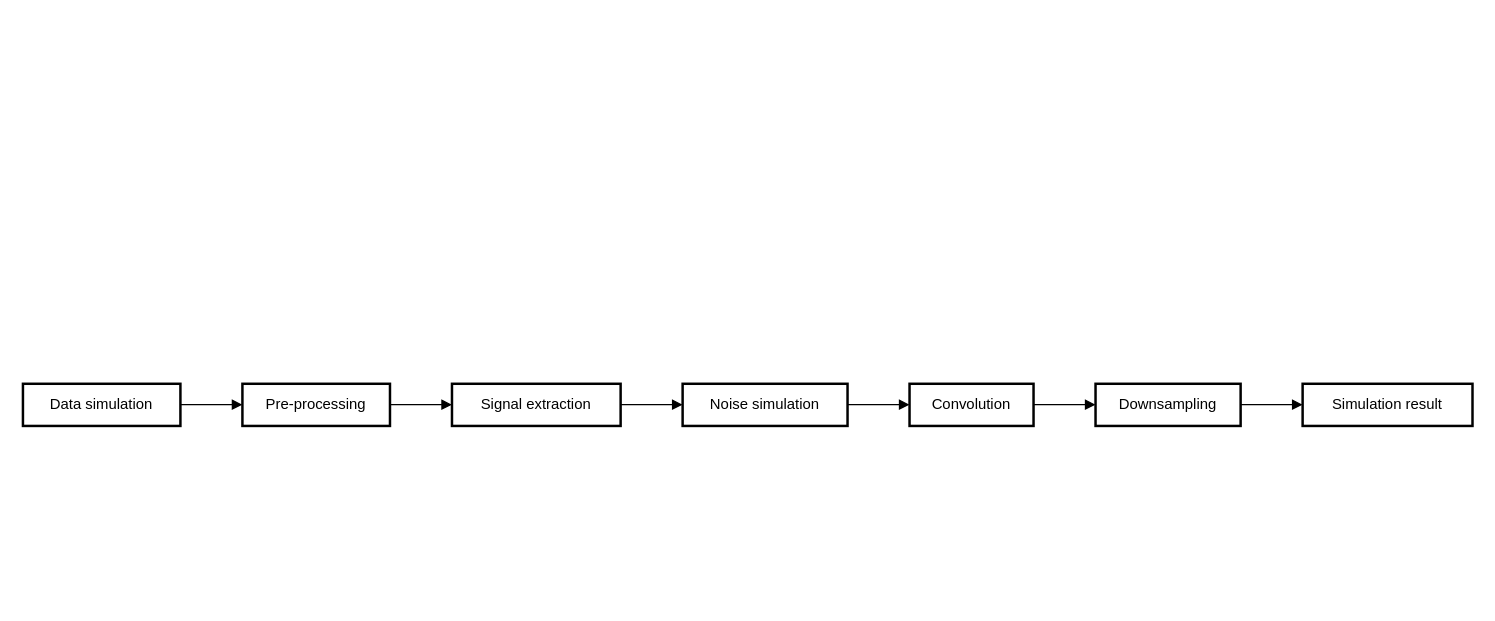
Above: Untitled Diagram.drawio in LauraMarras/Action101 (draw.io), before the change. Source tidied: cells renumbered, new cells numbered last; positions are measured from the earlier drawing's top-left corner, leaving out a move shared by most shapes. Both pictures are drawn from the tidied source at 124%, with x=0, y=0 at pixel (22, 383).
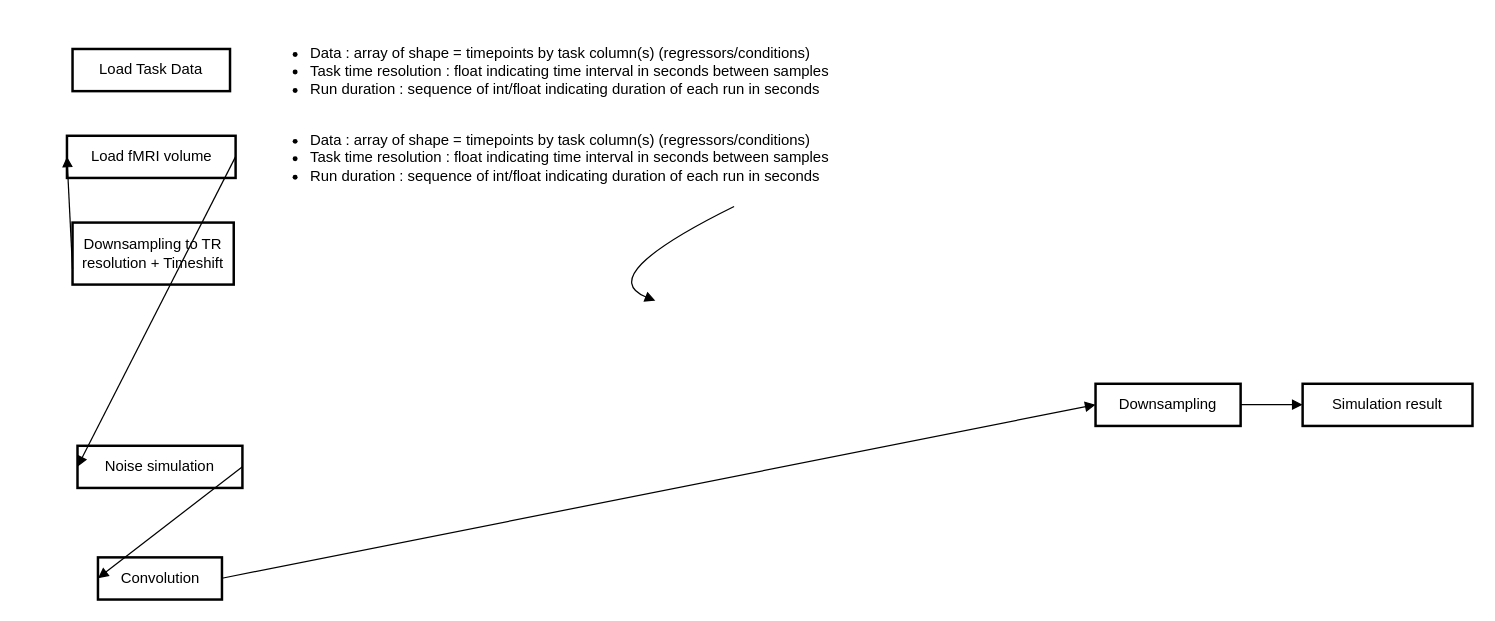
The same diagram, later.

Change to the diagram source:
```diff
@@
 <mxGraphModel>
   <root>
     <mxCell id="0" />
     <mxCell id="1" parent="0" />
-    <mxCell id="2" value="Data simulation" style="whiteSpace=wrap;strokeWidth=2;" parent="1" vertex="1">
-      <mxGeometry width="127" height="34" as="geometry" />
+    <mxCell id="2" value="Load Task Data" style="whiteSpace=wrap;strokeWidth=2;" parent="1" vertex="1">
+      <mxGeometry x="40" y="-270" width="127" height="34" as="geometry" />
     </mxCell>
-    <mxCell id="3" value="Pre-processing" style="whiteSpace=wrap;strokeWidth=2;" parent="1" vertex="1">
-      <mxGeometry x="177" width="119" height="34" as="geometry" />
+    <mxCell id="3" value="Downsampling to TR resolution + Timeshift" style="whiteSpace=wrap;strokeWidth=2;" parent="1" vertex="1">
+      <mxGeometry x="40" y="-130" width="130" height="50" as="geometry" />
     </mxCell>
-    <mxCell id="4" value="Signal extraction" style="whiteSpace=wrap;strokeWidth=2;" parent="1" vertex="1">
-      <mxGeometry x="346" width="136" height="34" as="geometry" />
+    <mxCell id="4" value="Load fMRI volume" style="whiteSpace=wrap;strokeWidth=2;" parent="1" vertex="1">
+      <mxGeometry x="35.5" y="-200" width="136" height="34" as="geometry" />
     </mxCell>
     <mxCell id="5" value="Noise simulation" style="whiteSpace=wrap;strokeWidth=2;" parent="1" vertex="1">
-      <mxGeometry x="532" width="133" height="34" as="geometry" />
+      <mxGeometry x="44" y="50" width="133" height="34" as="geometry" />
     </mxCell>
     <mxCell id="6" value="Convolution" style="whiteSpace=wrap;strokeWidth=2;" parent="1" vertex="1">
-      <mxGeometry x="715" width="100" height="34" as="geometry" />
+      <mxGeometry x="60.5" y="140" width="100" height="34" as="geometry" />
     </mxCell>
     <mxCell id="7" value="Downsampling" style="whiteSpace=wrap;strokeWidth=2;" parent="1" vertex="1">
       <mxGeometry x="865" width="117" height="34" as="geometry" />
     </mxCell>
     <mxCell id="8" value="Simulation result" style="whiteSpace=wrap;strokeWidth=2;" parent="1" vertex="1">
       <mxGeometry x="1032" width="137" height="34" as="geometry" />
     </mxCell>
-    <mxCell id="9" style="curved=1;startArrow=none;endArrow=block;exitX=1.001722440944882;exitY=0.4950980579151827;entryX=0.001838235294117647;entryY=0.4950980579151827;" parent="1" edge="1" source="2" target="3">
-      <mxGeometry relative="1" as="geometry" />
+    <mxCell id="9" style="curved=1;startArrow=none;endArrow=block;exitX=0.5;exitY=1;exitDx=0;exitDy=0;" parent="1" edge="1">
+      <mxGeometry relative="1" as="geometry">
+        <mxPoint x="573.5" y="-143" as="sourcePoint" />
+        <mxPoint x="510" y="-67" as="targetPoint" />
+        <Array as="points">
+          <mxPoint x="460" y="-87" />
+        </Array>
+      </mxGeometry>
     </mxCell>
-    <mxCell id="10" style="curved=1;startArrow=none;endArrow=block;exitX=0.9989495798319328;exitY=0.4950980579151827;entryX=-0.0009191176470588235;entryY=0.4950980579151827;" parent="1" edge="1" source="3" target="4">
+    <mxCell id="10" style="curved=1;startArrow=none;endArrow=block;exitX=0;exitY=0.75;entryX=-0.0009191176470588235;entryY=0.4950980579151827;exitDx=0;exitDy=0;" parent="1" edge="1" source="3" target="4">
       <mxGeometry relative="1" as="geometry" />
     </mxCell>
     <mxCell id="11" style="curved=1;startArrow=none;endArrow=block;exitX=0.9979319852941176;exitY=0.4950980579151827;entryX=-0.0021146616541353382;entryY=0.4950980579151827;" parent="1" edge="1" source="4" target="5">
       <mxGeometry relative="1" as="geometry" />
     </mxCell>
     <mxCell id="12" style="curved=1;startArrow=none;endArrow=block;exitX=0.9964755639097744;exitY=0.4950980579151827;entryX=-0.0046875;entryY=0.4950980579151827;" parent="1" edge="1" source="5" target="6">
       <mxGeometry relative="1" as="geometry" />
     </mxCell>
     <mxCell id="13" style="curved=1;startArrow=none;endArrow=block;exitX=0.9955208587646485;exitY=0.4950980579151827;entryX=-0.0038283258421808225;entryY=0.4950980579151827;" parent="1" edge="1" source="6" target="7">
       <mxGeometry relative="1" as="geometry" />
     </mxCell>
     <mxCell id="14" style="curved=1;startArrow=none;endArrow=block;exitX=0.9977742382603833;exitY=0.4950980579151827;entryX=-0.0019008330185047901;entryY=0.4950980579151827;" parent="1" edge="1" source="7" target="8">
       <mxGeometry relative="1" as="geometry" />
     </mxCell>
+    <mxCell id="15" value="&lt;ul&gt;&lt;li&gt;Data : array of shape = timepoints by task column(s) (regressors/conditions)&lt;/li&gt;&lt;li&gt;Task time resolution : float indicating time interval in seconds between samples&lt;/li&gt;&lt;li&gt;Run duration : sequence of int/float indicating duration of each run in seconds&lt;/li&gt;&lt;/ul&gt;" style="text;strokeColor=none;fillColor=none;align=left;verticalAlign=top;rounded=0;labelPosition=center;verticalLabelPosition=middle;whiteSpace=wrap;html=1;horizontal=1;" parent="1" vertex="1">
+      <mxGeometry x="190" y="-292" width="470" height="78" as="geometry" />
+    </mxCell>
+    <mxCell id="16" value="&lt;ul&gt;&lt;li&gt;Data : array of shape = timepoints by task column(s) (regressors/conditions)&lt;/li&gt;&lt;li&gt;Task time resolution : float indicating time interval in seconds between samples&lt;/li&gt;&lt;li&gt;Run duration : sequence of int/float indicating duration of each run in seconds&lt;/li&gt;&lt;/ul&gt;" style="text;strokeColor=none;fillColor=none;align=left;verticalAlign=top;rounded=0;labelPosition=center;verticalLabelPosition=middle;whiteSpace=wrap;html=1;horizontal=1;" parent="1" vertex="1">
+      <mxGeometry x="190" y="-222" width="470" height="78" as="geometry" />
+    </mxCell>
   </root>
 </mxGraphModel>
```
